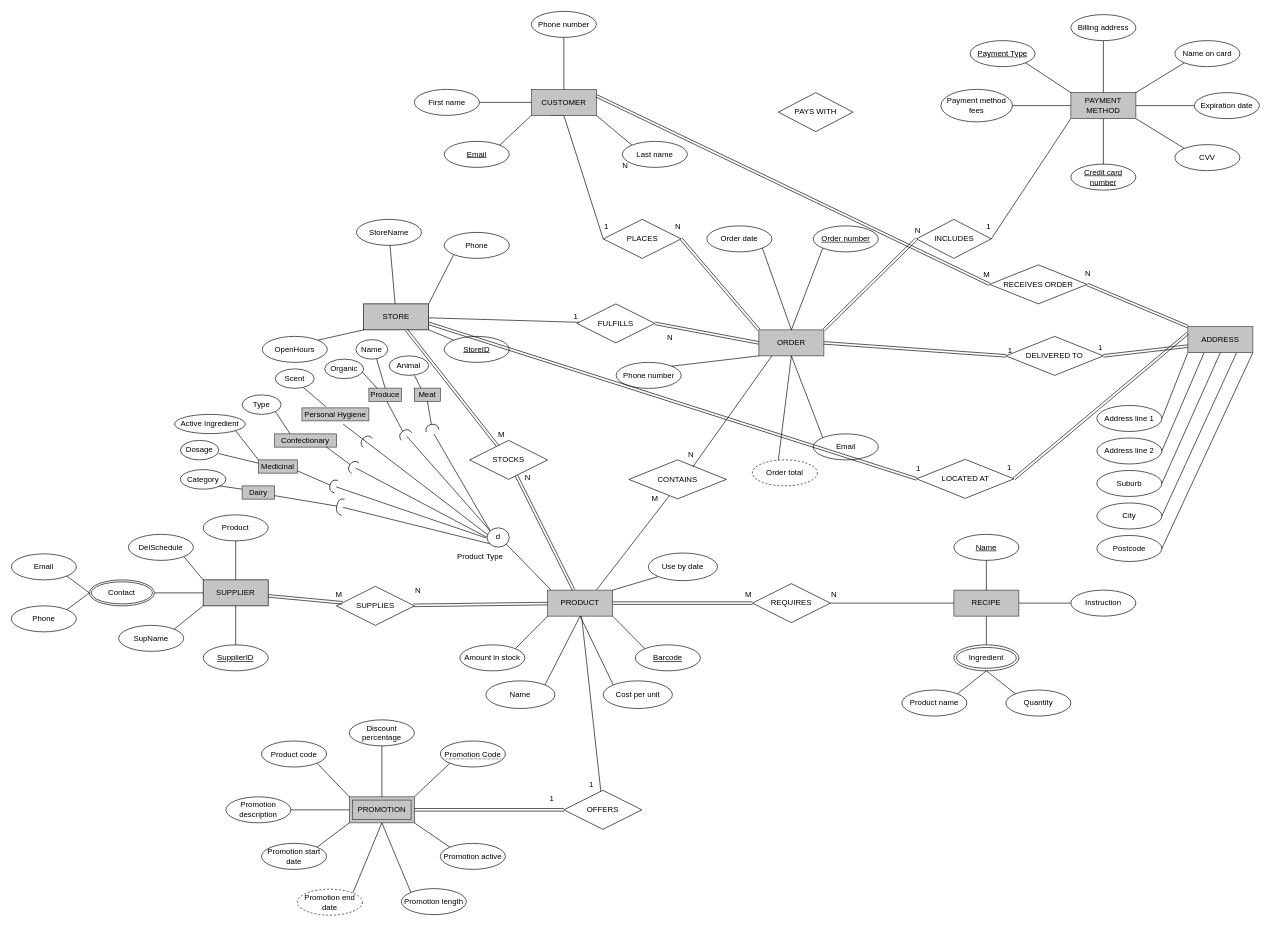
Before: online_food_store copy.drawio in ThibaudARoy/Group5EntityRelationshipDiagram, a draw.io diagram. Source tidied: cells renumbered, new cells numbered last; positions are measured from the earlier drawing's top-left corner, leaving out a move shared by most shapes. Both pictures are drawn from the tidied source at 65%, with x=0, y=0 at pixel (11, 11).
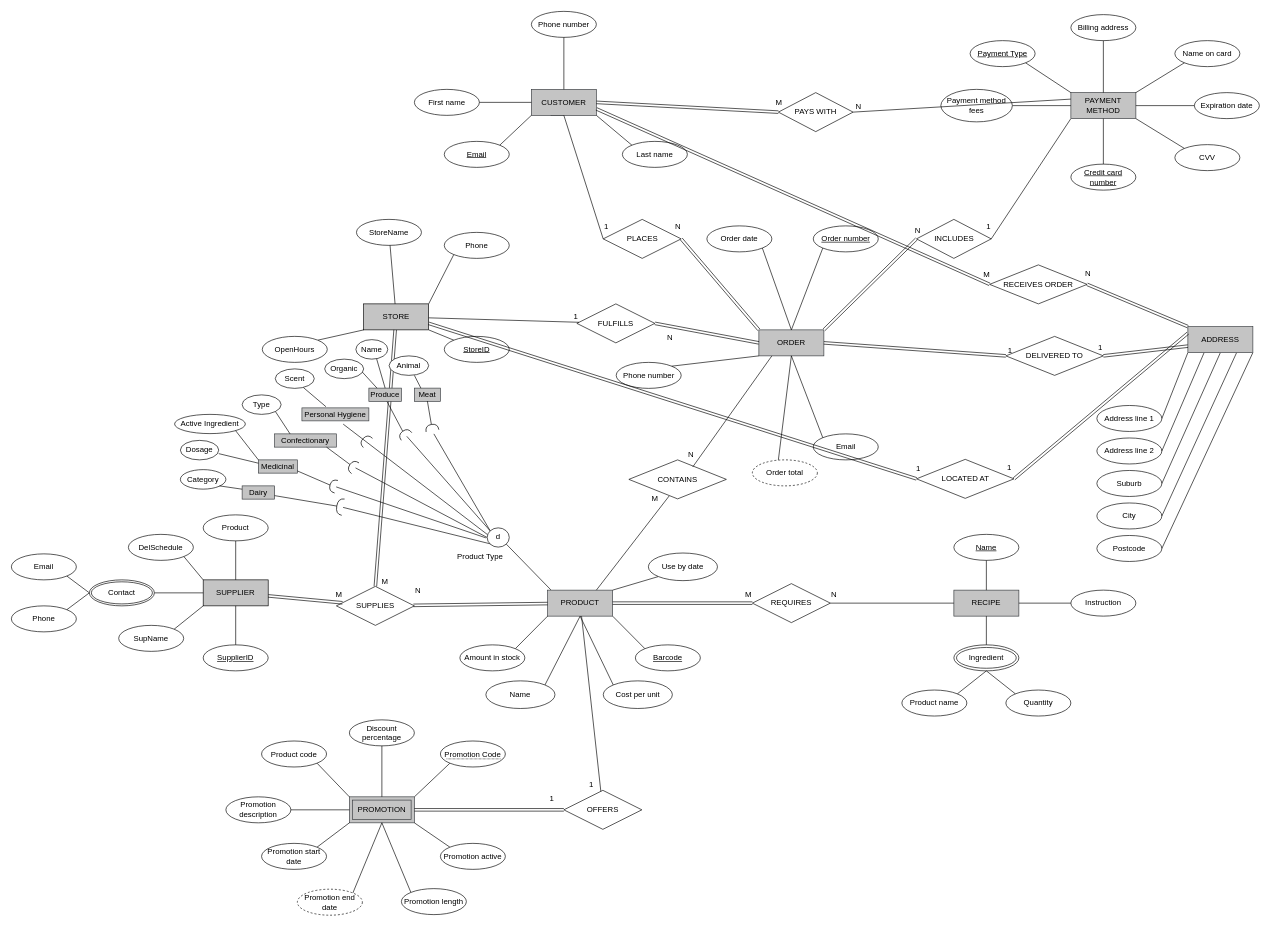
After the change.

The change refers to these unchanged cells:
```xml
<mxCell id="4" value="CUSTOMER" style="whiteSpace=wrap;html=1;align=center;fillColor=#C4C4C4;strokeColor=#36393d;" parent="1" vertex="1">
  <mxGeometry x="800" y="120" width="100" height="40" as="geometry" />
</mxCell>
<mxCell id="40" value="PAYMENT METHOD" style="whiteSpace=wrap;html=1;align=center;fillColor=#C4C4C4;strokeColor=#36393d;" parent="1" vertex="1">
  <mxGeometry x="1630" y="125" width="100" height="40" as="geometry" />
</mxCell>
<mxCell id="55" value="STORE" style="whiteSpace=wrap;html=1;align=center;fillColor=#c4c4c4;" parent="1" vertex="1">
  <mxGeometry x="542" y="450" width="100" height="40" as="geometry" />
</mxCell>
<mxCell id="95" value="PRODUCT" style="whiteSpace=wrap;html=1;align=center;fillColor=#C4C4C4;strokeColor=#36393d;" parent="1" vertex="1">
  <mxGeometry x="825" y="890.4" width="100" height="40" as="geometry" />
</mxCell>
<mxCell id="134" value="SUPPLIES" style="shape=rhombus;perimeter=rhombusPerimeter;whiteSpace=wrap;html=1;align=center;" parent="1" vertex="1">
  <mxGeometry x="500" y="884.6" width="120" height="60" as="geometry" />
</mxCell>
<mxCell id="195" value="RECEIVES ORDER" style="rhombus;whiteSpace=wrap;html=1;" parent="1" vertex="1">
  <mxGeometry x="1505" y="390" width="150" height="60" as="geometry" />
</mxCell>
<mxCell id="200" style="shape=link;html=1;rounded=0;entryX=1;entryY=0.5;entryDx=0;entryDy=0;exitX=0;exitY=0.5;exitDx=0;exitDy=0;" parent="1" edge="1" source="199" target="13">
  <mxGeometry relative="1" as="geometry" />
</mxCell>
<mxCell id="210" value="PAYS WITH" style="shape=rhombus;perimeter=rhombusPerimeter;whiteSpace=wrap;html=1;align=center;" parent="1" vertex="1">
  <mxGeometry x="1180" y="125" width="115" height="60" as="geometry" />
</mxCell>
```

What changed in the source:
```diff
@@
-    <mxCell id="139" value="STOCKS" style="shape=rhombus;perimeter=rhombusPerimeter;whiteSpace=wrap;html=1;align=center;" parent="1" vertex="1">
-      <mxGeometry x="705" y="660" width="120" height="60" as="geometry" />
-    </mxCell>
-    <mxCell id="140" style="shape=link;endArrow=none;html=1;rounded=0;" parent="1" edge="1" source="55" target="139">
+    <mxCell id="140" style="shape=link;endArrow=none;html=1;rounded=0;entryX=0.5;entryY=0;entryDx=0;entryDy=0;" parent="1" edge="1" source="55" target="134">
       <mxGeometry relative="1" as="geometry" />
     </mxCell>
     <mxCell id="141" value="M" style="html=1;whiteSpace=wrap;align=right;verticalAlign=bottom;" parent="140" vertex="1">
       <mxGeometry x="1" relative="1" as="geometry">
-        <mxPoint x="12" y="-9" as="offset" />
+        <mxPoint x="21" y="1" as="offset" />
       </mxGeometry>
     </mxCell>
-    <mxCell id="142" style="shape=link;html=1;rounded=0;" parent="1" edge="1" source="139" target="95">
-      <mxGeometry relative="1" as="geometry" />
-    </mxCell>
-    <mxCell id="143" value="N" style="html=1;whiteSpace=wrap;align=right;verticalAlign=bottom;" parent="142" vertex="1">
-      <mxGeometry x="1" relative="1" as="geometry">
-        <mxPoint x="-65" y="-164" as="offset" />
-      </mxGeometry>
-    </mxCell>
@@
-    <mxCell id="196" style="shape=link;html=1;rounded=0;entryX=0;entryY=0.5;entryDx=0;entryDy=0;exitX=1;exitY=0.25;exitDx=0;exitDy=0;" parent="1" edge="1" source="4" target="195">
+    <mxCell id="196" style="shape=link;html=1;rounded=0;entryX=0;entryY=0.5;entryDx=0;entryDy=0;exitX=1;exitY=0.75;exitDx=0;exitDy=0;" parent="1" edge="1" source="4" target="195">
       <mxGeometry relative="1" as="geometry" />
     </mxCell>
@@
     <mxCell id="201" value="N" style="html=1;whiteSpace=wrap;align=right;verticalAlign=bottom;" parent="200" vertex="1">
       <mxGeometry x="1" relative="1" as="geometry">
-        <mxPoint x="-300" y="-264" as="offset" />
+        <mxPoint x="59" y="-355" as="offset" />
       </mxGeometry>
     </mxCell>
@@
+    <mxCell id="211" style="shape=link;html=1;rounded=0;entryX=0;entryY=0.5;entryDx=0;entryDy=0;exitX=1;exitY=0.5;exitDx=0;exitDy=0;" parent="1" edge="1" source="4" target="210">
+      <mxGeometry relative="1" as="geometry" />
+    </mxCell>
+    <mxCell id="212" style="endArrow=none;html=1;rounded=0;exitX=1;exitY=0.5;exitDx=0;exitDy=0;entryX=0;entryY=0.25;entryDx=0;entryDy=0;" parent="1" edge="1" source="210" target="40">
+      <mxGeometry relative="1" as="geometry" />
+    </mxCell>
+    <mxCell id="213" value="M" style="html=1;whiteSpace=wrap;align=right;verticalAlign=bottom;" parent="1" vertex="1">
+      <mxGeometry x="1319.7" y="165.1" as="geometry">
+        <mxPoint x="-133" y="-17" as="offset" />
+      </mxGeometry>
+    </mxCell>
```
